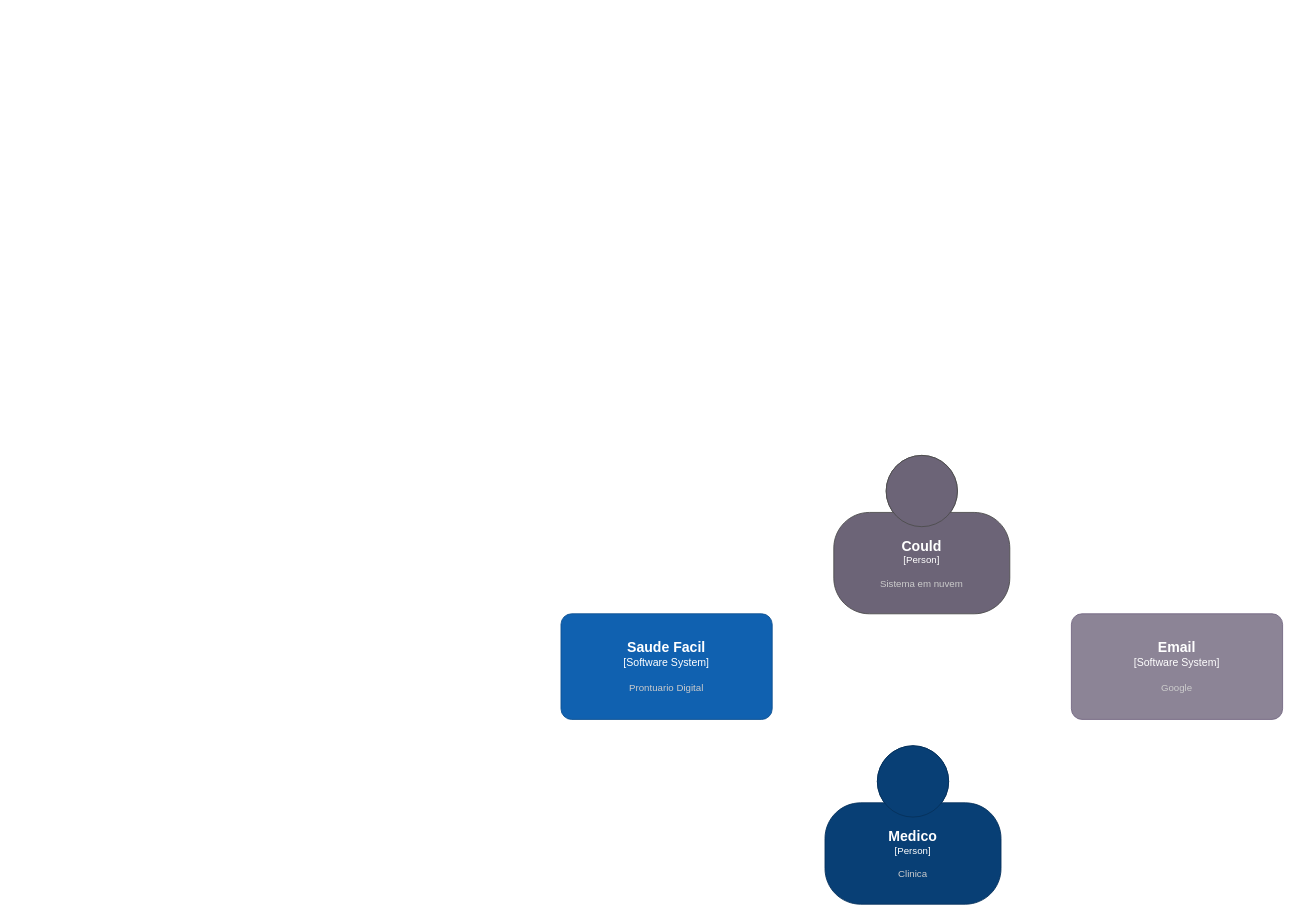
Before: Diagrama sem nome.drawio in WillianDametto/PIM-Faculdade, a draw.io diagram. Source tidied: cells renumbered, new cells numbered last; positions are measured from the earlier drawing's top-left corner, leaving out a move shared by most shapes. Both pictures are drawn from the tidied source at 88%, with x=0, y=0 at pixel (561, 455).
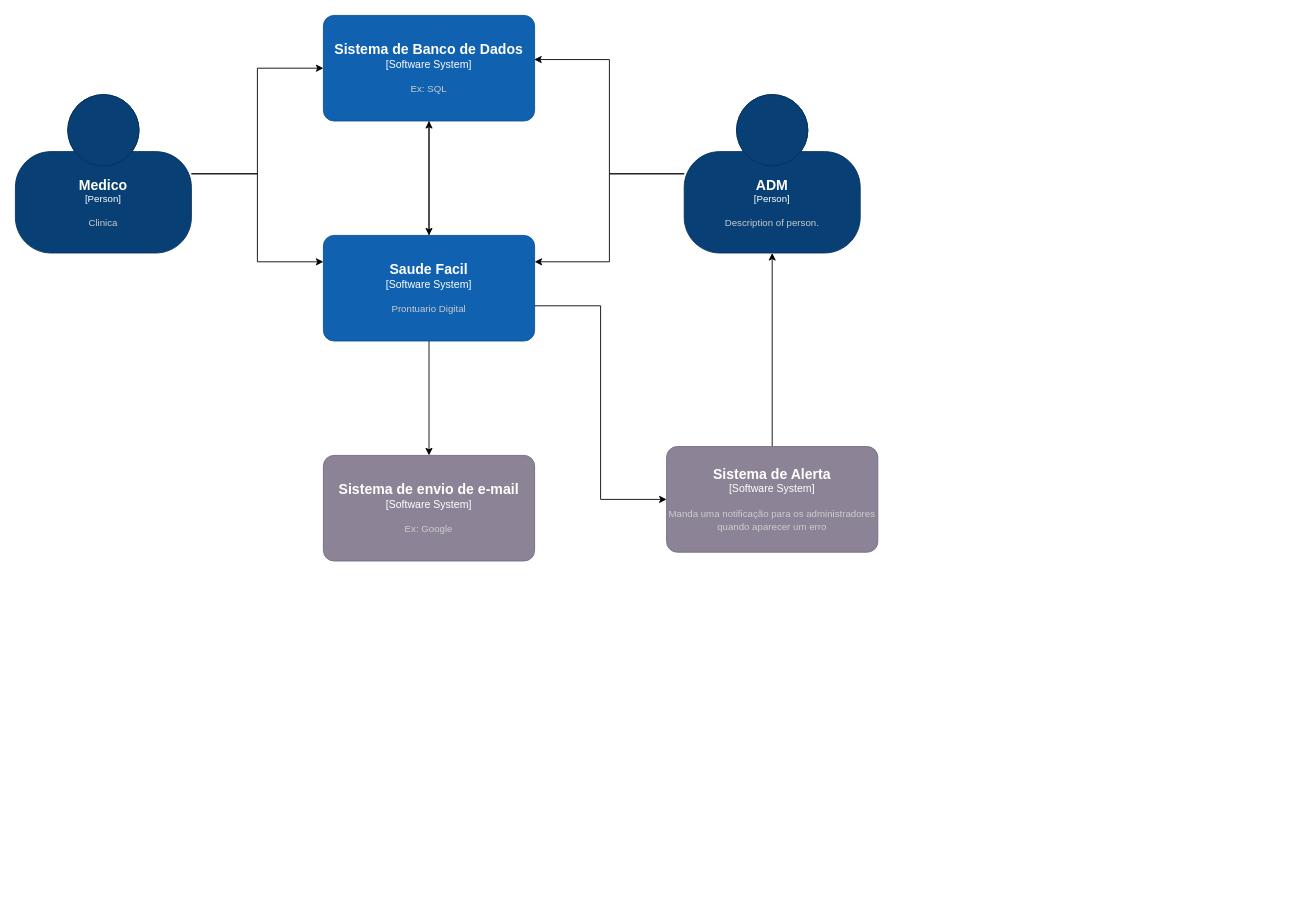
Above is the later version.

Change to the diagram source:
```diff
@@
-    <object id="2" label="&lt;font style=&quot;font-size: 16px&quot;&gt;&lt;b&gt;%c4Name%&lt;/b&gt;&lt;/font&gt;&lt;div&gt;[%c4Type%]&lt;/div&gt;&lt;br&gt;&lt;div&gt;&lt;font style=&quot;font-size: 11px&quot;&gt;&lt;font color=&quot;#cccccc&quot;&gt;%c4Description%&lt;/font&gt;&lt;/div&gt;" c4Description="Sistema em nuvem" c4Name="Could" c4Type="Person" placeholders="1">
-      <mxCell style="html=1;fontSize=11;dashed=0;whiteSpace=wrap;fillColor=#6C6477;strokeColor=#4D4D4D;fontColor=#ffffff;shape=mxgraph.c4.person2;align=center;" parent="1" vertex="1">
-        <mxGeometry x="310" width="200" height="180" as="geometry" />
-      </mxCell>
-    </object>
-    <object id="3" label="&lt;font style=&quot;font-size: 16px&quot;&gt;&lt;b&gt;%c4Name%&lt;/b&gt;&lt;/font&gt;&lt;div&gt;[%c4Type%]&lt;/div&gt;&lt;br&gt;&lt;div&gt;&lt;font style=&quot;font-size: 11px&quot;&gt;&lt;font color=&quot;#cccccc&quot;&gt;%c4Description%&lt;/font&gt;&lt;/div&gt;" c4Description="Google" c4Name="Email" c4Type="Software System" placeholders="1">
+    <object id="3" label="&lt;font style=&quot;font-size: 16px&quot;&gt;&lt;b&gt;%c4Name%&lt;/b&gt;&lt;/font&gt;&lt;div&gt;[%c4Type%]&lt;/div&gt;&lt;br&gt;&lt;div&gt;&lt;font style=&quot;font-size: 11px&quot;&gt;&lt;font color=&quot;#cccccc&quot;&gt;%c4Description%&lt;/font&gt;&lt;/div&gt;" c4Description="Ex: Google" c4Name="Sistema de envio de e-mail" c4Type="Software System" placeholders="1">
       <mxCell style="rounded=1;whiteSpace=wrap;html=1;labelBackgroundColor=none;fillColor=#8C8496;fontColor=#ffffff;align=center;arcSize=10;strokeColor=#736782;points=[[0.25,0,0],[0.5,0,0],[0.75,0,0],[1,0.25,0],[1,0.5,0],[1,0.75,0],[0.75,1,0],[0.5,1,0],[0.25,1,0],[0,0.75,0],[0,0.5,0],[0,0.25,0]];" parent="1" vertex="1">
-        <mxGeometry x="580" y="180" width="240" height="120" as="geometry" />
+        <mxGeometry x="-270" width="240" height="120" as="geometry" />
       </mxCell>
     </object>
+    <mxCell id="6" style="edgeStyle=orthogonalEdgeStyle;rounded=0;jettySize=auto;html=1;" parent="1" edge="1" source="4" target="5">
+      <mxGeometry relative="1" as="geometry">
+        <Array as="points">
+          <mxPoint x="-345" y="-320" />
+          <mxPoint x="-345" y="-220" />
+        </Array>
+      </mxGeometry>
+    </mxCell>
     <object id="4" label="&lt;font style=&quot;font-size: 16px&quot;&gt;&lt;b&gt;%c4Name%&lt;/b&gt;&lt;/font&gt;&lt;div&gt;[%c4Type%]&lt;/div&gt;&lt;br&gt;&lt;div&gt;&lt;font style=&quot;font-size: 11px&quot;&gt;&lt;font color=&quot;#cccccc&quot;&gt;%c4Description%&lt;/font&gt;&lt;/div&gt;" c4Description="Clinica" c4Name="Medico" c4Type="Person" placeholders="1">
       <mxCell style="html=1;fontSize=11;dashed=0;whiteSpace=wrap;fillColor=#083F75;strokeColor=#06315C;fontColor=#ffffff;shape=mxgraph.c4.person2;align=center;points=[[0.5,0,0],[1,0.5,0],[1,0.75,0],[0.75,1,0],[0.5,1,0],[0.25,1,0],[0,0.75,0],[0,0.5,0]];" parent="1" vertex="1">
-        <mxGeometry x="300" y="330" width="200" height="180" as="geometry" />
+        <mxGeometry x="-620" y="-410" width="200" height="180" as="geometry" />
       </mxCell>
     </object>
+    <mxCell id="7" style="edgeStyle=orthogonalEdgeStyle;rounded=0;jettySize=auto;html=1;" parent="1" edge="1" source="5" target="3">
+      <mxGeometry relative="1" as="geometry" />
+    </mxCell>
+    <mxCell id="8" style="edgeStyle=orthogonalEdgeStyle;rounded=0;jettySize=auto;html=1;" parent="1" edge="1" source="5" target="12">
+      <mxGeometry relative="1" as="geometry">
+        <Array as="points">
+          <mxPoint x="-150" y="-280" />
+          <mxPoint x="-150" y="-280" />
+        </Array>
+      </mxGeometry>
+    </mxCell>
     <object id="5" label="&lt;font style=&quot;font-size: 16px&quot;&gt;&lt;b&gt;%c4Name%&lt;/b&gt;&lt;/font&gt;&lt;div&gt;[%c4Type%]&lt;/div&gt;&lt;br&gt;&lt;div&gt;&lt;font style=&quot;font-size: 11px&quot;&gt;&lt;font color=&quot;#cccccc&quot;&gt;%c4Description%&lt;/font&gt;&lt;/div&gt;" c4Description="Prontuario Digital" c4Name="Saude Facil" c4Type="Software System" placeholders="1">
       <mxCell style="rounded=1;whiteSpace=wrap;html=1;labelBackgroundColor=none;fillColor=#1061B0;fontColor=#ffffff;align=center;arcSize=10;strokeColor=#0D5091;points=[[0.25,0,0],[0.5,0,0],[0.75,0,0],[1,0.25,0],[1,0.5,0],[1,0.75,0],[0.75,1,0],[0.5,1,0],[0.25,1,0],[0,0.75,0],[0,0.5,0],[0,0.25,0]];" parent="1" vertex="1">
-        <mxGeometry y="180" width="240" height="120" as="geometry" />
+        <mxGeometry x="-270" y="-250" width="240" height="120" as="geometry" />
       </mxCell>
     </object>
+    <mxCell id="9" style="edgeStyle=orthogonalEdgeStyle;rounded=0;jettySize=auto;html=1;" parent="1" edge="1" source="10" target="5">
+      <mxGeometry relative="1" as="geometry">
+        <Array as="points">
+          <mxPoint x="55" y="-320" />
+          <mxPoint x="55" y="-220" />
+        </Array>
+      </mxGeometry>
+    </mxCell>
+    <object id="10" label="&lt;font style=&quot;font-size: 16px&quot;&gt;&lt;b&gt;%c4Name%&lt;/b&gt;&lt;/font&gt;&lt;div&gt;[%c4Type%]&lt;/div&gt;&lt;br&gt;&lt;div&gt;&lt;font style=&quot;font-size: 11px&quot;&gt;&lt;font color=&quot;#cccccc&quot;&gt;%c4Description%&lt;/font&gt;&lt;/div&gt;" c4Description="Description of person." c4Name="ADM" c4Type="Person" placeholders="1">
+      <mxCell style="html=1;fontSize=11;dashed=0;whiteSpace=wrap;fillColor=#083F75;strokeColor=#06315C;fontColor=#ffffff;shape=mxgraph.c4.person2;align=center;points=[[0.5,0,0],[1,0.5,0],[1,0.75,0],[0.75,1,0],[0.5,1,0],[0.25,1,0],[0,0.75,0],[0,0.5,0]];" parent="1" vertex="1">
+        <mxGeometry x="140" y="-410" width="200" height="180" as="geometry" />
+      </mxCell>
+    </object>
+    <mxCell id="11" style="edgeStyle=orthogonalEdgeStyle;rounded=0;jettySize=auto;html=1;" parent="1" edge="1" source="12" target="5">
+      <mxGeometry relative="1" as="geometry" />
+    </mxCell>
+    <object id="12" label="&lt;font style=&quot;font-size: 16px&quot;&gt;&lt;b&gt;%c4Name%&lt;/b&gt;&lt;/font&gt;&lt;div&gt;[%c4Type%]&lt;/div&gt;&lt;br&gt;&lt;div&gt;&lt;font style=&quot;font-size: 11px&quot;&gt;&lt;font color=&quot;#cccccc&quot;&gt;%c4Description%&lt;/font&gt;&lt;/div&gt;" c4Description="Ex: SQL" c4Name="Sistema de Banco de Dados" c4Type="Software System" placeholders="1">
+      <mxCell style="rounded=1;whiteSpace=wrap;html=1;labelBackgroundColor=none;fillColor=#1061B0;fontColor=#ffffff;align=center;arcSize=10;strokeColor=#0D5091;points=[[0.25,0,0],[0.5,0,0],[0.75,0,0],[1,0.25,0],[1,0.5,0],[1,0.75,0],[0.75,1,0],[0.5,1,0],[0.25,1,0],[0,0.75,0],[0,0.5,0],[0,0.25,0]];" parent="1" vertex="1">
+        <mxGeometry x="-270" y="-500" width="240" height="120" as="geometry" />
+      </mxCell>
+    </object>
+    <mxCell id="13" style="edgeStyle=orthogonalEdgeStyle;rounded=0;jettySize=auto;html=1;entryX=0;entryY=0.5;entryDx=0;entryDy=0;entryPerimeter=0;" parent="1" edge="1" source="4" target="12">
+      <mxGeometry relative="1" as="geometry" />
+    </mxCell>
+    <mxCell id="14" style="edgeStyle=orthogonalEdgeStyle;rounded=0;jettySize=auto;html=1;entryX=0.998;entryY=0.418;entryDx=0;entryDy=0;entryPerimeter=0;" parent="1" edge="1" source="10" target="12">
+      <mxGeometry relative="1" as="geometry" />
+    </mxCell>
+    <mxCell id="15" style="edgeStyle=orthogonalEdgeStyle;rounded=0;jettySize=auto;html=1;" parent="1" edge="1" source="16" target="10">
+      <mxGeometry relative="1" as="geometry" />
+    </mxCell>
+    <object id="16" label="&lt;font style=&quot;font-size: 16px&quot;&gt;&lt;b&gt;%c4Name%&lt;/b&gt;&lt;/font&gt;&lt;div&gt;[%c4Type%]&lt;/div&gt;&lt;br&gt;&lt;div&gt;&lt;font style=&quot;font-size: 11px&quot;&gt;&lt;font color=&quot;#cccccc&quot;&gt;%c4Description%&lt;/font&gt;&lt;/div&gt;" c4Description="Manda uma notificação para os administradores quando aparecer um erro" c4Name="Sistema de Alerta" c4Type="Software System" placeholders="1">
+      <mxCell style="rounded=1;whiteSpace=wrap;html=1;labelBackgroundColor=none;fillColor=#8C8496;fontColor=#ffffff;align=center;arcSize=10;strokeColor=#736782;points=[[0.25,0,0],[0.5,0,0],[0.75,0,0],[1,0.25,0],[1,0.5,0],[1,0.75,0],[0.75,1,0],[0.5,1,0],[0.25,1,0],[0,0.75,0],[0,0.5,0],[0,0.25,0]];" parent="1" vertex="1">
+        <mxGeometry x="120" y="-10" width="240" height="120" as="geometry" />
+      </mxCell>
+    </object>
+    <mxCell id="17" style="edgeStyle=orthogonalEdgeStyle;rounded=0;jettySize=auto;html=1;entryX=0;entryY=0.5;entryDx=0;entryDy=0;entryPerimeter=0;" parent="1" edge="1" source="5" target="16">
+      <mxGeometry relative="1" as="geometry">
+        <Array as="points">
+          <mxPoint x="45" y="-170" />
+          <mxPoint x="45" y="50" />
+        </Array>
+      </mxGeometry>
+    </mxCell>
```
